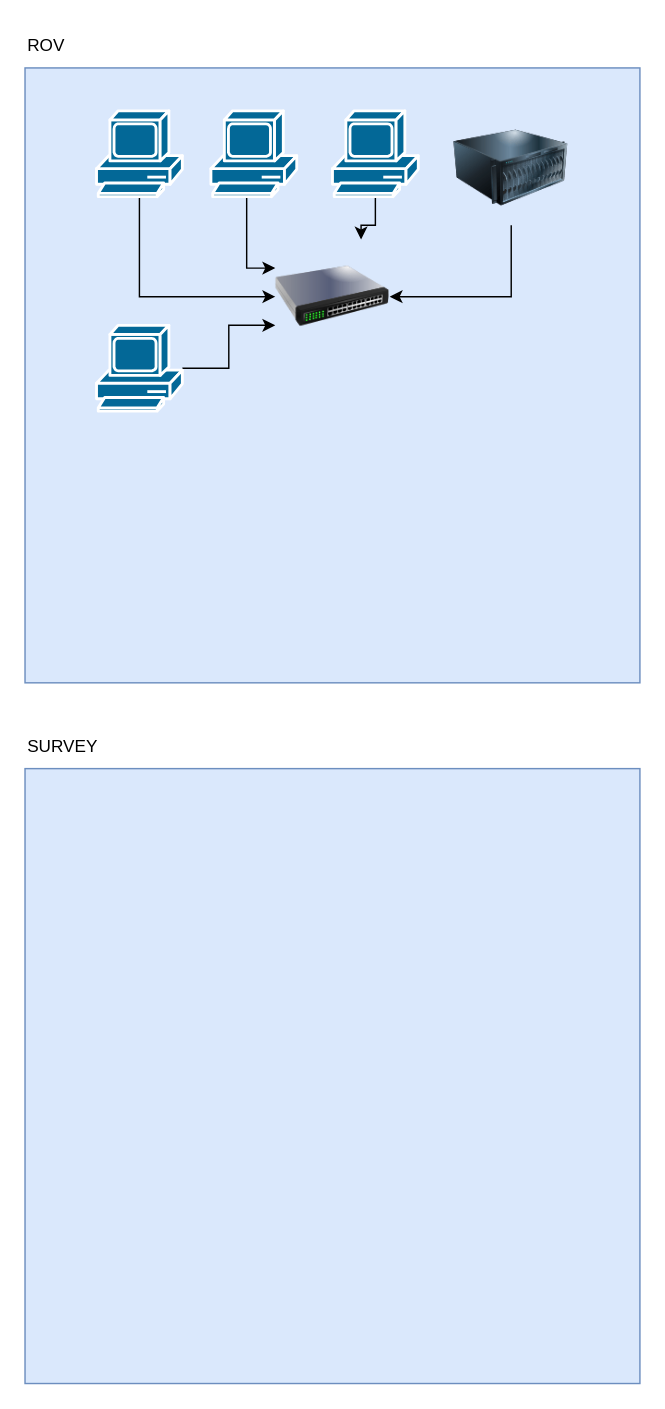
Before: Untitled Diagram.drawio in guilherme-louback/guilherme-louback, a draw.io diagram. Source tidied: cells renumbered, new cells numbered last; positions are measured from the earlier drawing's top-left corner, leaving out a move shared by most shapes. Both pictures are drawn from the tidied source at 143%, with x=0, y=0 at pixel (24, 24).
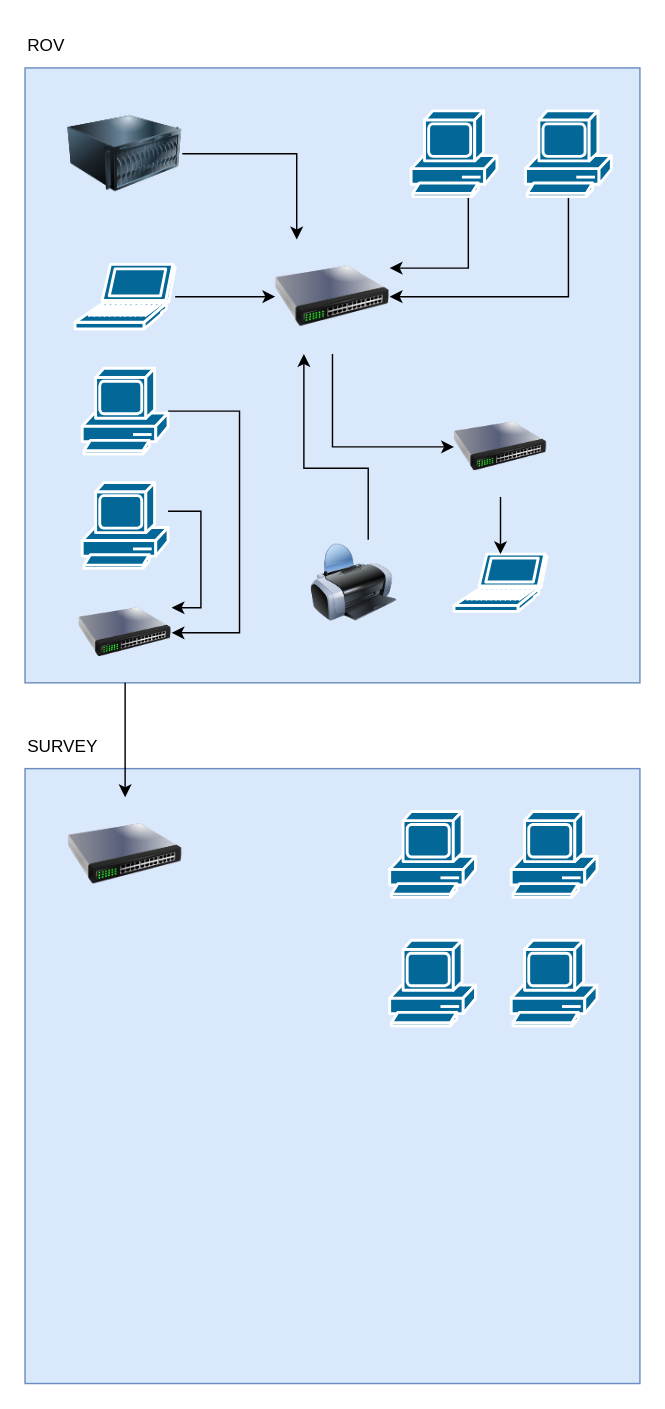
The same diagram, later.

Commit message:
Tá ficando top

The change refers to these unchanged cells:
```xml
<mxCell id="12" style="image;html=1;image=img/lib/clip_art/networking/Switch_128x128.png;" parent="1" vertex="1">
  <mxGeometry x="175" y="150" width="80" height="80" as="geometry" />
</mxCell>
```

The edit, as a diff of the source:
```diff
@@
-    <mxCell id="4" style="edgeStyle=orthogonalEdgeStyle;rounded=0;jettySize=auto;html=1;" parent="1" edge="1" source="5" target="12">
-      <mxGeometry relative="1" as="geometry">
-        <Array as="points">
-          <mxPoint x="80" y="190" />
-        </Array>
-      </mxGeometry>
-    </mxCell>
-    <mxCell id="5" style="shape=mxgraph.cisco.computers_and_peripherals.pc;html=1;dashed=0;fillColor=#036897;strokeColor=#ffffff;strokeWidth=2;verticalLabelPosition=bottom;verticalAlign=top;align=center;outlineConnect=0;" parent="1" vertex="1">
-      <mxGeometry x="50" y="60" width="60" height="60" as="geometry" />
-    </mxCell>
-    <mxCell id="6" style="edgeStyle=orthogonalEdgeStyle;rounded=0;jettySize=auto;html=1;entryX=0;entryY=0.25;entryDx=0;entryDy=0;" parent="1" edge="1" source="7" target="12">
+    <mxCell id="6" style="edgeStyle=orthogonalEdgeStyle;rounded=0;jettySize=auto;html=1;entryX=1;entryY=0.25;entryDx=0;entryDy=0;" parent="1" edge="1" source="7" target="12">
       <mxGeometry relative="1" as="geometry">
         <Array as="points">
-          <mxPoint x="155" y="170" />
+          <mxPoint x="310" y="170" />
         </Array>
       </mxGeometry>
     </mxCell>
     <mxCell id="7" style="shape=mxgraph.cisco.computers_and_peripherals.pc;html=1;dashed=0;fillColor=#036897;strokeColor=#ffffff;strokeWidth=2;verticalLabelPosition=bottom;verticalAlign=top;align=center;outlineConnect=0;" parent="1" vertex="1">
-      <mxGeometry x="130" y="60" width="60" height="60" as="geometry" />
+      <mxGeometry x="270" y="60" width="60" height="60" as="geometry" />
     </mxCell>
-    <mxCell id="8" style="edgeStyle=orthogonalEdgeStyle;rounded=0;jettySize=auto;html=1;entryX=0.75;entryY=0;entryDx=0;entryDy=0;" parent="1" edge="1" source="9" target="12">
-      <mxGeometry relative="1" as="geometry" />
+    <mxCell id="8" style="edgeStyle=orthogonalEdgeStyle;rounded=0;jettySize=auto;html=1;entryX=1;entryY=0.5;entryDx=0;entryDy=0;" parent="1" edge="1" source="9" target="12">
+      <mxGeometry relative="1" as="geometry">
+        <Array as="points">
+          <mxPoint x="380" y="190" />
+        </Array>
+      </mxGeometry>
     </mxCell>
     <mxCell id="9" style="shape=mxgraph.cisco.computers_and_peripherals.pc;html=1;dashed=0;fillColor=#036897;strokeColor=#ffffff;strokeWidth=2;verticalLabelPosition=bottom;verticalAlign=top;align=center;outlineConnect=0;" parent="1" vertex="1">
-      <mxGeometry x="215" y="60" width="60" height="60" as="geometry" />
+      <mxGeometry x="350" y="60" width="60" height="60" as="geometry" />
     </mxCell>
     <mxCell id="10" style="edgeStyle=orthogonalEdgeStyle;rounded=0;jettySize=auto;html=1;" parent="1" edge="1" source="11" target="12">
       <mxGeometry relative="1" as="geometry">
         <Array as="points">
-          <mxPoint x="340" y="190" />
+          <mxPoint x="190" y="90" />
         </Array>
       </mxGeometry>
     </mxCell>
     <mxCell id="11" style="image;html=1;image=img/lib/clip_art/computers/Server_128x128.png;" parent="1" vertex="1">
-      <mxGeometry x="300" y="60" width="80" height="80" as="geometry" />
+      <mxGeometry x="30" y="50" width="80" height="80" as="geometry" />
     </mxCell>
+    <mxCell id="17" style="edgeStyle=orthogonalEdgeStyle;rounded=0;jettySize=auto;html=1;" parent="1" edge="1" source="12" target="21">
+      <mxGeometry relative="1" as="geometry">
+        <Array as="points">
+          <mxPoint x="215" y="295" />
+        </Array>
+      </mxGeometry>
+    </mxCell>
@@
-    <mxCell id="15" style="edgeStyle=orthogonalEdgeStyle;rounded=0;jettySize=auto;html=1;entryX=0;entryY=0.75;entryDx=0;entryDy=0;" parent="1" edge="1" source="16" target="12">
-      <mxGeometry relative="1" as="geometry" />
-    </mxCell>
-    <mxCell id="16" style="shape=mxgraph.cisco.computers_and_peripherals.pc;html=1;dashed=0;fillColor=#036897;strokeColor=#ffffff;strokeWidth=2;verticalLabelPosition=bottom;verticalAlign=top;align=center;outlineConnect=0;" parent="1" vertex="1">
-      <mxGeometry x="50" y="210" width="60" height="60" as="geometry" />
-    </mxCell>
+    <mxCell id="18" style="edgeStyle=orthogonalEdgeStyle;rounded=0;jettySize=auto;html=1;" parent="1" edge="1" source="19" target="12">
+      <mxGeometry relative="1" as="geometry" />
+    </mxCell>
+    <mxCell id="19" style="shape=mxgraph.cisco.computers_and_peripherals.laptop;html=1;dashed=0;fillColor=#036897;strokeColor=#ffffff;strokeWidth=2;verticalLabelPosition=bottom;verticalAlign=top;align=center;outlineConnect=0;" parent="1" vertex="1">
+      <mxGeometry x="35" y="167.4" width="70" height="45.2" as="geometry" />
+    </mxCell>
+    <mxCell id="20" style="shape=mxgraph.cisco.computers_and_peripherals.laptop;html=1;dashed=0;fillColor=#036897;strokeColor=#ffffff;strokeWidth=2;verticalLabelPosition=bottom;verticalAlign=top;align=center;outlineConnect=0;" parent="1" vertex="1">
+      <mxGeometry x="300" y="370" width="65" height="40" as="geometry" />
+    </mxCell>
+    <mxCell id="21" style="image;html=1;image=img/lib/clip_art/networking/Switch_128x128.png;" parent="1" vertex="1">
+      <mxGeometry x="300" y="260" width="65" height="70" as="geometry" />
+    </mxCell>
+    <mxCell id="22" style="edgeStyle=orthogonalEdgeStyle;rounded=0;jettySize=auto;html=1;entryX=0.5;entryY=0;entryDx=0;entryDy=0;entryPerimeter=0;" parent="1" edge="1" source="21" target="20">
+      <mxGeometry relative="1" as="geometry" />
+    </mxCell>
+    <mxCell id="23" style="edgeStyle=orthogonalEdgeStyle;rounded=0;jettySize=auto;html=1;entryX=1;entryY=0.25;entryDx=0;entryDy=0;" parent="1" edge="1" source="24" target="28">
+      <mxGeometry relative="1" as="geometry">
+        <Array as="points">
+          <mxPoint x="123" y="340" />
+          <mxPoint x="123" y="408" />
+        </Array>
+      </mxGeometry>
+    </mxCell>
+    <mxCell id="24" style="shape=mxgraph.cisco.computers_and_peripherals.pc;html=1;dashed=0;fillColor=#036897;strokeColor=#ffffff;strokeWidth=2;verticalLabelPosition=bottom;verticalAlign=top;align=center;outlineConnect=0;" parent="1" vertex="1">
+      <mxGeometry x="40" y="320" width="60" height="60" as="geometry" />
+    </mxCell>
+    <mxCell id="25" style="edgeStyle=orthogonalEdgeStyle;rounded=0;jettySize=auto;html=1;entryX=1;entryY=0.5;entryDx=0;entryDy=0;" parent="1" edge="1" source="26" target="28">
+      <mxGeometry relative="1" as="geometry">
+        <Array as="points">
+          <mxPoint x="150" y="270" />
+          <mxPoint x="150" y="425" />
+        </Array>
+      </mxGeometry>
+    </mxCell>
+    <mxCell id="26" style="shape=mxgraph.cisco.computers_and_peripherals.pc;html=1;dashed=0;fillColor=#036897;strokeColor=#ffffff;strokeWidth=2;verticalLabelPosition=bottom;verticalAlign=top;align=center;outlineConnect=0;" parent="1" vertex="1">
+      <mxGeometry x="40" y="240" width="60" height="60" as="geometry" />
+    </mxCell>
+    <mxCell id="27" style="edgeStyle=orthogonalEdgeStyle;rounded=0;jettySize=auto;html=1;" parent="1" edge="1" source="28" target="29">
+      <mxGeometry relative="1" as="geometry" />
+    </mxCell>
+    <mxCell id="28" style="image;html=1;image=img/lib/clip_art/networking/Switch_128x128.png;" parent="1" vertex="1">
+      <mxGeometry x="37.5" y="390" width="65" height="70" as="geometry" />
+    </mxCell>
+    <mxCell id="29" style="image;html=1;image=img/lib/clip_art/networking/Switch_128x128.png;" parent="1" vertex="1">
+      <mxGeometry x="30" y="540" width="80" height="80" as="geometry" />
+    </mxCell>
+    <mxCell id="30" style="shape=mxgraph.cisco.computers_and_peripherals.pc;html=1;dashed=0;fillColor=#036897;strokeColor=#ffffff;strokeWidth=2;verticalLabelPosition=bottom;verticalAlign=top;align=center;" parent="1" vertex="1">
+      <mxGeometry x="340" y="640" width="60" height="60" as="geometry" />
+    </mxCell>
+    <mxCell id="31" style="shape=mxgraph.cisco.computers_and_peripherals.pc;html=1;dashed=0;fillColor=#036897;strokeColor=#ffffff;strokeWidth=2;verticalLabelPosition=bottom;verticalAlign=top;align=center;" parent="1" vertex="1">
+      <mxGeometry x="255" y="640" width="60" height="60" as="geometry" />
+    </mxCell>
+    <mxCell id="32" style="shape=mxgraph.cisco.computers_and_peripherals.pc;html=1;dashed=0;fillColor=#036897;strokeColor=#ffffff;strokeWidth=2;verticalLabelPosition=bottom;verticalAlign=top;align=center;" parent="1" vertex="1">
+      <mxGeometry x="255" y="550" width="60" height="60" as="geometry" />
+    </mxCell>
+    <mxCell id="33" style="shape=mxgraph.cisco.computers_and_peripherals.pc;html=1;dashed=0;fillColor=#036897;strokeColor=#ffffff;strokeWidth=2;verticalLabelPosition=bottom;verticalAlign=top;align=center;" parent="1" vertex="1">
+      <mxGeometry x="340" y="550" width="60" height="60" as="geometry" />
+    </mxCell>
+    <mxCell id="34" style="edgeStyle=orthogonalEdgeStyle;rounded=0;jettySize=auto;html=1;entryX=0.25;entryY=1;entryDx=0;entryDy=0;" parent="1" edge="1" source="35" target="12">
+      <mxGeometry relative="1" as="geometry">
+        <Array as="points">
+          <mxPoint x="240" y="310" />
+          <mxPoint x="195" y="310" />
+        </Array>
+      </mxGeometry>
+    </mxCell>
+    <mxCell id="35" style="image;html=1;image=img/lib/clip_art/computers/Printer_128x128.png;" parent="1" vertex="1">
+      <mxGeometry x="200" y="360" width="60" height="60" as="geometry" />
+    </mxCell>
```
